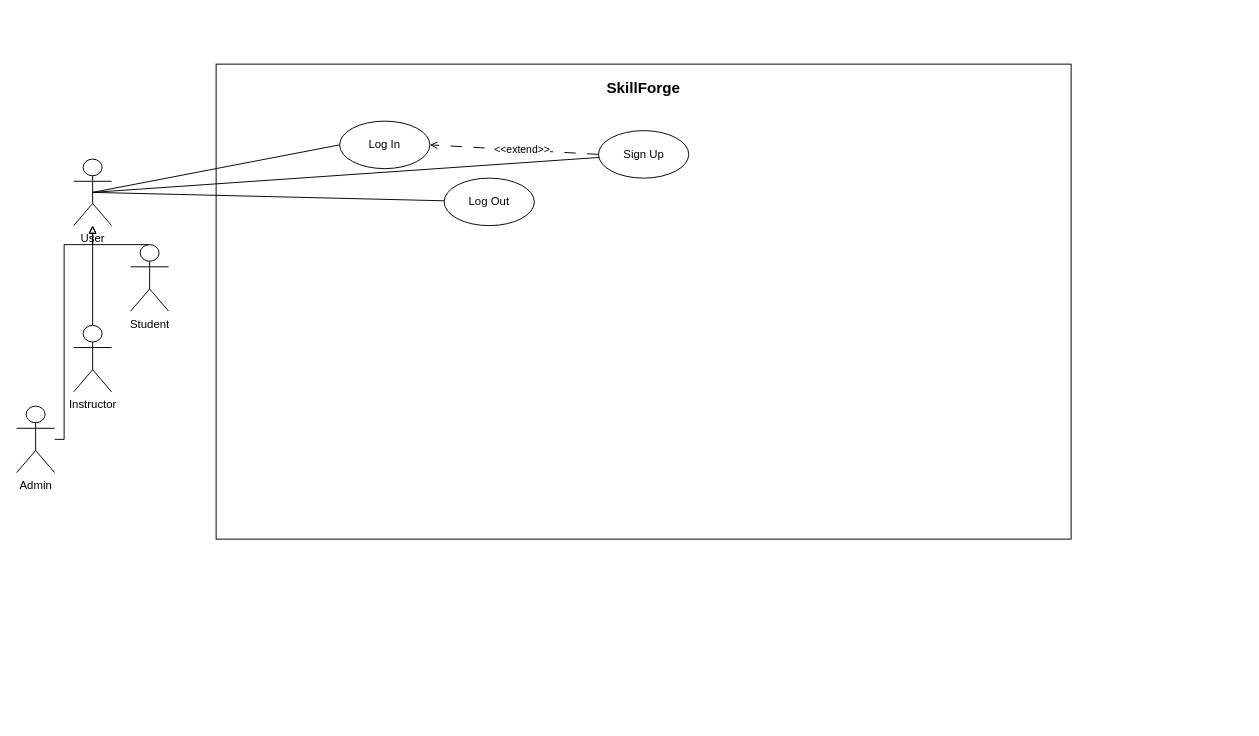
The draw.io diagram Diagrams/UseCaseDiagram.drawio in Smook-e/Prog2_lab6, before the edit. Source tidied: cells renumbered, new cells numbered last; positions are measured from the earlier drawing's top-left corner, leaving out a move shared by most shapes. Both pictures are drawn from the tidied source at 95%, with x=0, y=0 at pixel (16, 64).
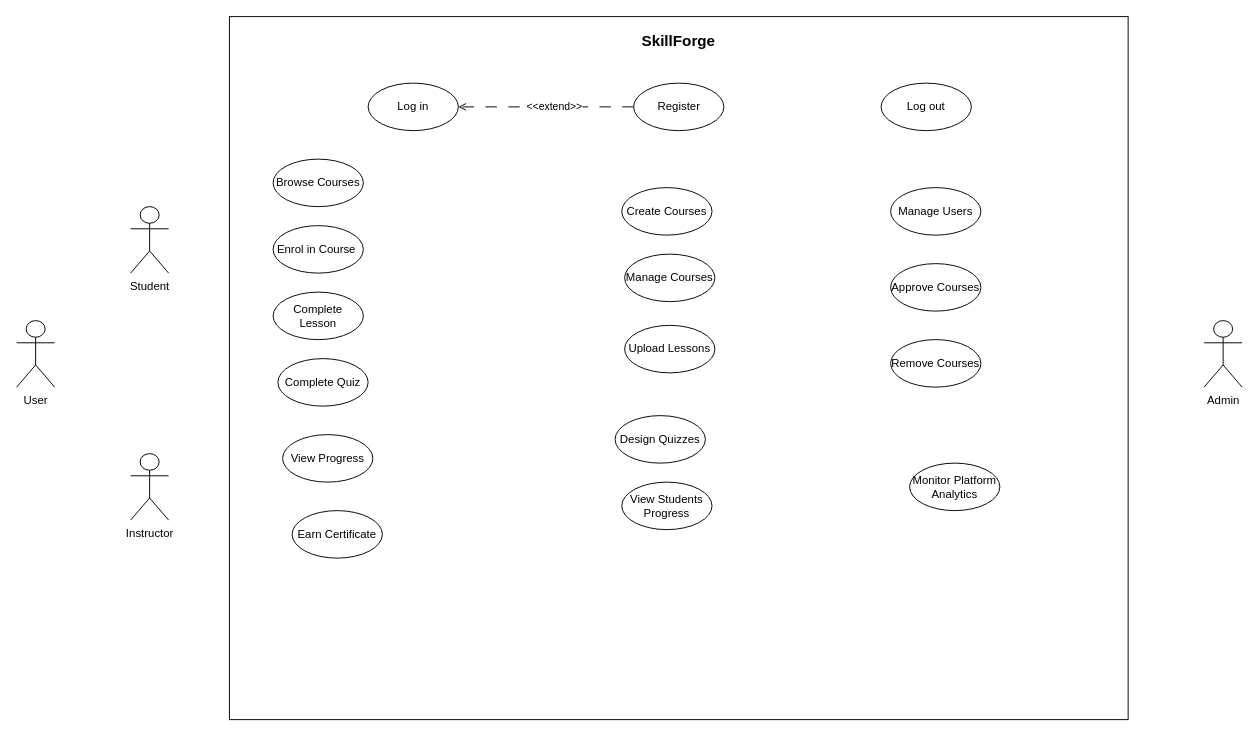
Above is the later version.

Commit message:
commit to new position for admin

Change to the diagram source:
```diff
@@
     <mxCell id="2" style="rounded=0;whiteSpace=wrap;html=1;direction=south;labelPosition=center;verticalLabelPosition=middle;align=center;verticalAlign=middle;" parent="1" vertex="1">
-      <mxGeometry x="210" width="900" height="500" as="geometry" />
+      <mxGeometry x="224" y="-50" width="946" height="740" as="geometry" />
     </mxCell>
     <mxCell id="3" value="&lt;font style=&quot;font-size: 16px;&quot;&gt;&lt;b&gt;SkillForge&lt;/b&gt;&lt;/font&gt;" style="text;html=1;whiteSpace=wrap;strokeColor=none;fillColor=none;align=center;verticalAlign=middle;rounded=0;" parent="1" vertex="1">
-      <mxGeometry x="570" y="10" width="180" height="30" as="geometry" />
+      <mxGeometry x="607" y="-40" width="180" height="30" as="geometry" />
     </mxCell>
-    <mxCell id="4" style="edgeStyle=orthogonalEdgeStyle;rounded=0;jettySize=auto;html=1;endArrow=block;endFill=0;" parent="1" edge="1" source="5" target="10">
-      <mxGeometry relative="1" as="geometry">
-        <Array as="points">
-          <mxPoint x="50" y="395" />
-          <mxPoint x="50" y="190" />
-          <mxPoint x="80" y="190" />
-        </Array>
-      </mxGeometry>
-    </mxCell>
     <mxCell id="5" value="Admin" style="shape=umlActor;verticalLabelPosition=bottom;verticalAlign=top;html=1;outlineConnect=0;" parent="1" vertex="1">
-      <mxGeometry y="360" width="40" height="70" as="geometry" />
+      <mxGeometry x="1250" y="270" width="40" height="70" as="geometry" />
     </mxCell>
-    <mxCell id="6" style="edgeStyle=orthogonalEdgeStyle;rounded=0;jettySize=auto;html=1;endArrow=block;endFill=0;" parent="1" edge="1" source="7" target="10">
-      <mxGeometry relative="1" as="geometry" />
-    </mxCell>
     <mxCell id="7" value="Instructor" style="shape=umlActor;verticalLabelPosition=bottom;verticalAlign=top;html=1;outlineConnect=0;" parent="1" vertex="1">
-      <mxGeometry x="60" y="275" width="40" height="70" as="geometry" />
+      <mxGeometry x="120" y="410" width="40" height="70" as="geometry" />
     </mxCell>
-    <mxCell id="8" style="edgeStyle=orthogonalEdgeStyle;rounded=0;jettySize=auto;html=1;exitX=0.5;exitY=0;exitDx=0;exitDy=0;exitPerimeter=0;endArrow=block;endFill=0;" parent="1" edge="1" source="9" target="10">
-      <mxGeometry relative="1" as="geometry">
-        <Array as="points">
-          <mxPoint x="80" y="190" />
-        </Array>
-      </mxGeometry>
-    </mxCell>
     <mxCell id="9" value="Student" style="shape=umlActor;verticalLabelPosition=bottom;verticalAlign=top;html=1;outlineConnect=0;" parent="1" vertex="1">
-      <mxGeometry x="120" y="190" width="40" height="70" as="geometry" />
+      <mxGeometry x="120" y="150" width="40" height="70" as="geometry" />
     </mxCell>
     <mxCell id="10" value="User" style="shape=umlActor;verticalLabelPosition=bottom;verticalAlign=top;html=1;outlineConnect=0;fontSize=12;" parent="1" vertex="1">
-      <mxGeometry x="60" y="100" width="40" height="70" as="geometry" />
+      <mxGeometry y="270" width="40" height="70" as="geometry" />
     </mxCell>
-    <mxCell id="11" value="Log In" style="ellipse;whiteSpace=wrap;html=1;" parent="1" vertex="1">
-      <mxGeometry x="340" y="60" width="95" height="50" as="geometry" />
+    <mxCell id="11" value="Log in" style="ellipse;whiteSpace=wrap;html=1;" parent="1" vertex="1">
+      <mxGeometry x="370" y="20" width="95" height="50" as="geometry" />
     </mxCell>
-    <mxCell id="12" value="Log Out" style="ellipse;whiteSpace=wrap;html=1;" parent="1" vertex="1">
-      <mxGeometry x="450" y="120" width="95" height="50" as="geometry" />
+    <mxCell id="12" value="Log out" style="ellipse;whiteSpace=wrap;html=1;" parent="1" vertex="1">
+      <mxGeometry x="910" y="20" width="95" height="50" as="geometry" />
     </mxCell>
-    <mxCell id="13" value="Sign Up" style="ellipse;whiteSpace=wrap;html=1;" parent="1" vertex="1">
-      <mxGeometry x="612.5" y="70" width="95" height="50" as="geometry" />
+    <mxCell id="13" value="Register" style="ellipse;whiteSpace=wrap;html=1;" parent="1" vertex="1">
+      <mxGeometry x="649.5" y="20" width="95" height="50" as="geometry" />
     </mxCell>
@@
-    <mxCell id="17" style="endArrow=none;html=1;rounded=0;exitX=0.5;exitY=0.5;exitDx=0;exitDy=0;exitPerimeter=0;" parent="1" edge="1" source="10" target="13">
-      <mxGeometry relative="1" as="geometry" />
-    </mxCell>
-    <mxCell id="18" style="endArrow=none;html=1;rounded=0;exitX=0.5;exitY=0.5;exitDx=0;exitDy=0;exitPerimeter=0;entryX=0;entryY=0.5;entryDx=0;entryDy=0;" parent="1" edge="1" source="10" target="11">
-      <mxGeometry relative="1" as="geometry" />
-    </mxCell>
-    <mxCell id="19" style="endArrow=none;html=1;rounded=0;exitX=0.5;exitY=0.5;exitDx=0;exitDy=0;exitPerimeter=0;" parent="1" edge="1" source="10" target="12">
-      <mxGeometry relative="1" as="geometry" />
-    </mxCell>
+    <mxCell id="20" value="Browse Courses" style="ellipse;whiteSpace=wrap;html=1;" parent="1" vertex="1">
+      <mxGeometry x="270" y="100" width="95" height="50" as="geometry" />
+    </mxCell>
+    <mxCell id="21" value="Complete Quiz" style="ellipse;whiteSpace=wrap;html=1;" parent="1" vertex="1">
+      <mxGeometry x="275" y="310" width="95" height="50" as="geometry" />
+    </mxCell>
+    <mxCell id="22" value="Earn Certificate" style="ellipse;whiteSpace=wrap;html=1;" parent="1" vertex="1">
+      <mxGeometry x="290" y="470" width="95" height="50" as="geometry" />
+    </mxCell>
+    <mxCell id="23" value="View Progress" style="ellipse;whiteSpace=wrap;html=1;" parent="1" vertex="1">
+      <mxGeometry x="280" y="390" width="95" height="50" as="geometry" />
+    </mxCell>
+    <mxCell id="24" value="Upload Lessons" style="ellipse;whiteSpace=wrap;html=1;" parent="1" vertex="1">
+      <mxGeometry x="640" y="275" width="95" height="50" as="geometry" />
+    </mxCell>
+    <mxCell id="25" value="Create Courses" style="ellipse;whiteSpace=wrap;html=1;" parent="1" vertex="1">
+      <mxGeometry x="637" y="130" width="95" height="50" as="geometry" />
+    </mxCell>
+    <mxCell id="26" value="Manage Courses" style="ellipse;whiteSpace=wrap;html=1;" parent="1" vertex="1">
+      <mxGeometry x="640" y="200" width="95" height="50" as="geometry" />
+    </mxCell>
+    <mxCell id="27" value="Design Quizzes" style="ellipse;whiteSpace=wrap;html=1;" parent="1" vertex="1">
+      <mxGeometry x="630" y="370" width="95" height="50" as="geometry" />
+    </mxCell>
+    <mxCell id="28" value="View Students Progress" style="ellipse;whiteSpace=wrap;html=1;" parent="1" vertex="1">
+      <mxGeometry x="637" y="440" width="95" height="50" as="geometry" />
+    </mxCell>
+    <mxCell id="29" value="Enrol in Course&amp;nbsp;" style="ellipse;whiteSpace=wrap;html=1;" parent="1" vertex="1">
+      <mxGeometry x="270" y="170" width="95" height="50" as="geometry" />
+    </mxCell>
+    <mxCell id="30" style="edgeStyle=orthogonalEdgeStyle;rounded=0;orthogonalLoop=1;jettySize=auto;html=1;exitX=0.5;exitY=1;exitDx=0;exitDy=0;" parent="1" edge="1" source="3" target="3">
+      <mxGeometry relative="1" as="geometry" />
+    </mxCell>
+    <mxCell id="31" value="Complete Lesson" style="ellipse;whiteSpace=wrap;html=1;" parent="1" vertex="1">
+      <mxGeometry x="270" y="240" width="95" height="50" as="geometry" />
+    </mxCell>
+    <mxCell id="32" style="edgeStyle=orthogonalEdgeStyle;rounded=0;orthogonalLoop=1;jettySize=auto;html=1;exitX=0.5;exitY=1;exitDx=0;exitDy=0;" parent="1" edge="1" source="26" target="26">
+      <mxGeometry relative="1" as="geometry" />
+    </mxCell>
+    <mxCell id="33" value="Manage Users" style="ellipse;whiteSpace=wrap;html=1;" parent="1" vertex="1">
+      <mxGeometry x="920" y="130" width="95" height="50" as="geometry" />
+    </mxCell>
+    <mxCell id="34" value="Approve Courses" style="ellipse;whiteSpace=wrap;html=1;" parent="1" vertex="1">
+      <mxGeometry x="920" y="210" width="95" height="50" as="geometry" />
+    </mxCell>
+    <mxCell id="35" value="Remove Courses" style="ellipse;whiteSpace=wrap;html=1;" parent="1" vertex="1">
+      <mxGeometry x="920" y="290" width="95" height="50" as="geometry" />
+    </mxCell>
+    <mxCell id="36" value="Monitor Platform Analytics" style="ellipse;whiteSpace=wrap;html=1;" parent="1" vertex="1">
+      <mxGeometry x="940" y="420" width="95" height="50" as="geometry" />
+    </mxCell>
```
